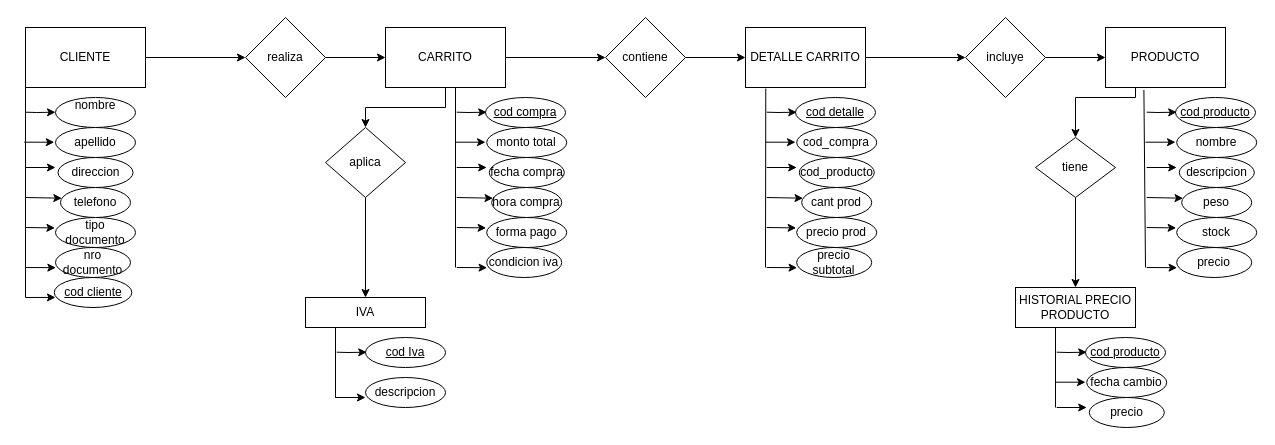
This is Tp1eraparte.drawio from JuliMeier/baseDeDatos1Repo, a draw.io file, before an edit. Source tidied: cells renumbered, new cells numbered last; positions are measured from the earlier drawing's top-left corner, leaving out a move shared by most shapes. Both pictures are drawn from the tidied source at 100%, with x=0, y=0 at pixel (24, 17).
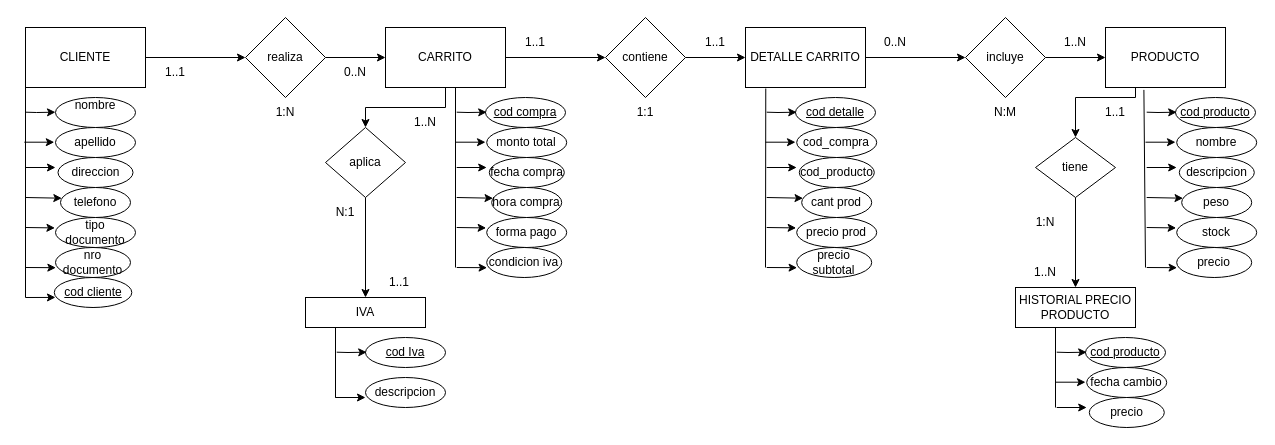
After the change.

The edit, as a diff of the source:
```diff
@@
+    <mxCell id="89" value="1:N" style="text;html=1;align=center;verticalAlign=middle;whiteSpace=wrap;rounded=0;" parent="1" vertex="1">
+      <mxGeometry x="231" y="80" width="60" height="30" as="geometry" />
+    </mxCell>
+    <mxCell id="90" value="N:1" style="text;html=1;align=center;verticalAlign=middle;whiteSpace=wrap;rounded=0;" parent="1" vertex="1">
+      <mxGeometry x="291" y="180" width="60" height="30" as="geometry" />
+    </mxCell>
+    <mxCell id="91" value="1:1" style="text;html=1;align=center;verticalAlign=middle;whiteSpace=wrap;rounded=0;" parent="1" vertex="1">
+      <mxGeometry x="591" y="80" width="60" height="30" as="geometry" />
+    </mxCell>
+    <mxCell id="92" value="N:M" style="text;html=1;align=center;verticalAlign=middle;whiteSpace=wrap;rounded=0;" parent="1" vertex="1">
+      <mxGeometry x="951" y="80" width="60" height="30" as="geometry" />
+    </mxCell>
+    <mxCell id="93" value="1:N" style="text;html=1;align=center;verticalAlign=middle;whiteSpace=wrap;rounded=0;" parent="1" vertex="1">
+      <mxGeometry x="991" y="190" width="60" height="30" as="geometry" />
+    </mxCell>
+    <mxCell id="94" value="1..1" style="text;html=1;align=center;verticalAlign=middle;whiteSpace=wrap;rounded=0;" parent="1" vertex="1">
+      <mxGeometry x="121" y="40" width="60" height="30" as="geometry" />
+    </mxCell>
+    <mxCell id="95" value="0..N" style="text;html=1;align=center;verticalAlign=middle;whiteSpace=wrap;rounded=0;" parent="1" vertex="1">
+      <mxGeometry x="301" y="40" width="60" height="30" as="geometry" />
+    </mxCell>
+    <mxCell id="96" value="1..1" style="text;html=1;align=center;verticalAlign=middle;whiteSpace=wrap;rounded=0;" parent="1" vertex="1">
+      <mxGeometry x="661" y="10" width="60" height="30" as="geometry" />
+    </mxCell>
+    <mxCell id="97" value="1..1" style="text;html=1;align=center;verticalAlign=middle;whiteSpace=wrap;rounded=0;" parent="1" vertex="1">
+      <mxGeometry x="481" y="10" width="60" height="30" as="geometry" />
+    </mxCell>
+    <mxCell id="98" value="1..N" style="text;html=1;align=center;verticalAlign=middle;whiteSpace=wrap;rounded=0;" parent="1" vertex="1">
+      <mxGeometry x="1021" y="10" width="60" height="30" as="geometry" />
+    </mxCell>
+    <mxCell id="99" value="0..N" style="text;html=1;align=center;verticalAlign=middle;whiteSpace=wrap;rounded=0;" parent="1" vertex="1">
+      <mxGeometry x="841" y="10" width="60" height="30" as="geometry" />
+    </mxCell>
+    <mxCell id="100" style="edgeStyle=orthogonalEdgeStyle;rounded=0;orthogonalLoop=1;jettySize=auto;html=1;exitX=0.5;exitY=1;exitDx=0;exitDy=0;" parent="1" edge="1" source="92" target="92">
+      <mxGeometry relative="1" as="geometry" />
+    </mxCell>
+    <mxCell id="101" value="1..N" style="text;html=1;align=center;verticalAlign=middle;whiteSpace=wrap;rounded=0;" parent="1" vertex="1">
+      <mxGeometry x="991" y="240" width="60" height="30" as="geometry" />
+    </mxCell>
+    <mxCell id="102" value="1..1" style="text;html=1;align=center;verticalAlign=middle;whiteSpace=wrap;rounded=0;" parent="1" vertex="1">
+      <mxGeometry x="1061" y="80" width="60" height="30" as="geometry" />
+    </mxCell>
+    <mxCell id="103" value="1..1" style="text;html=1;align=center;verticalAlign=middle;whiteSpace=wrap;rounded=0;" parent="1" vertex="1">
+      <mxGeometry x="345" y="250" width="60" height="30" as="geometry" />
+    </mxCell>
+    <mxCell id="104" value="1..N" style="text;html=1;align=center;verticalAlign=middle;whiteSpace=wrap;rounded=0;" parent="1" vertex="1">
+      <mxGeometry x="371" y="90" width="60" height="30" as="geometry" />
+    </mxCell>
```
